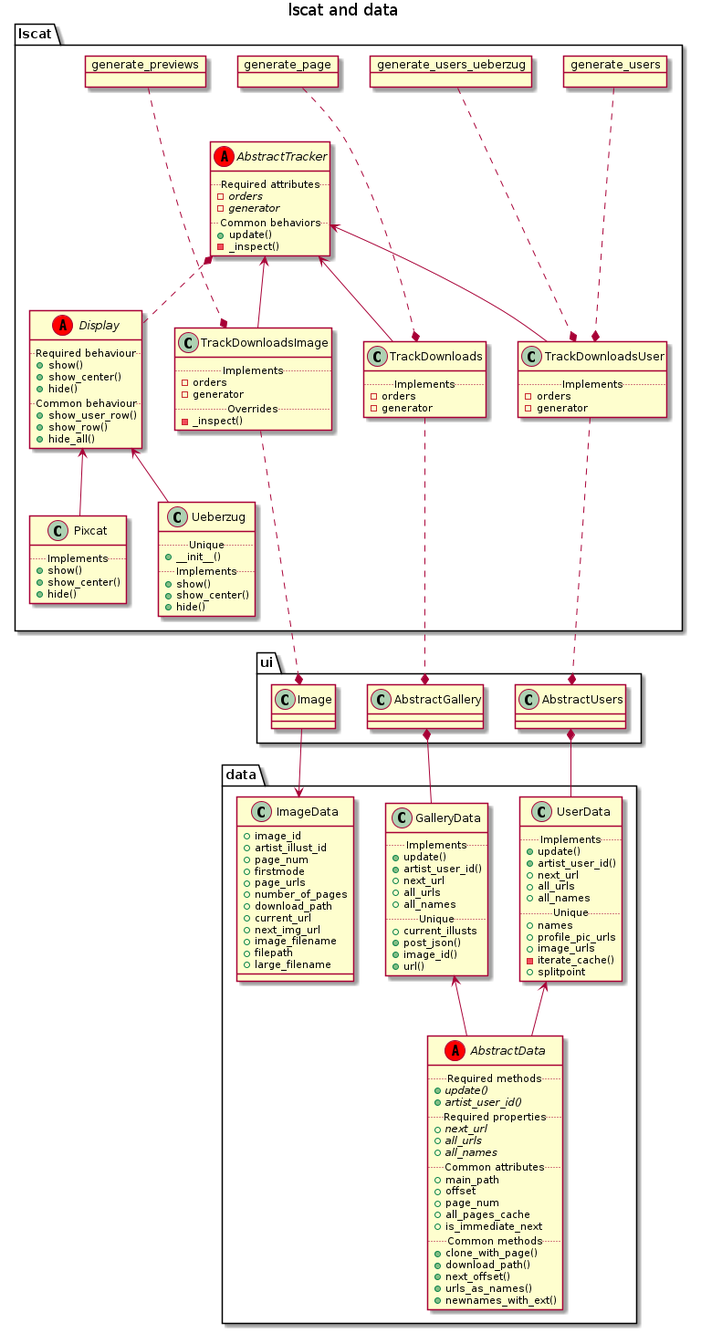
This is docs/puml/classes/render/lscat_and_data.png from akazukin5151/koneko, a PlantUML export, as it was before one commit.
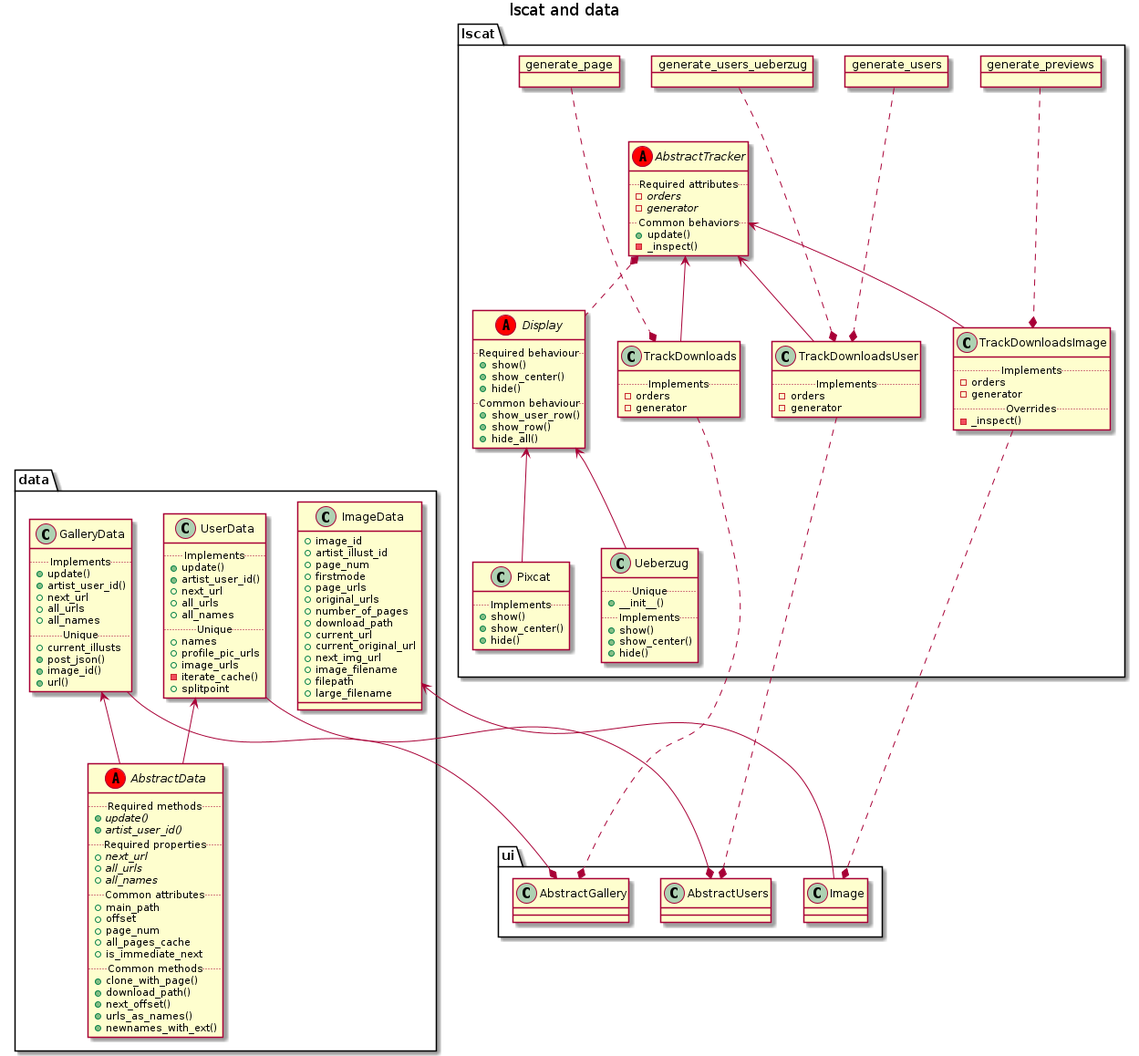
Later version of the same file.

What changed in the source:
```diff
@@ -140,9 +140,11 @@
     + page_num
     + firstmode
     + page_urls
+    + original_urls
     + number_of_pages
     + download_path
     + current_url
+    + current_original_url
     + next_img_url
     + image_filename
     + filepath
```
